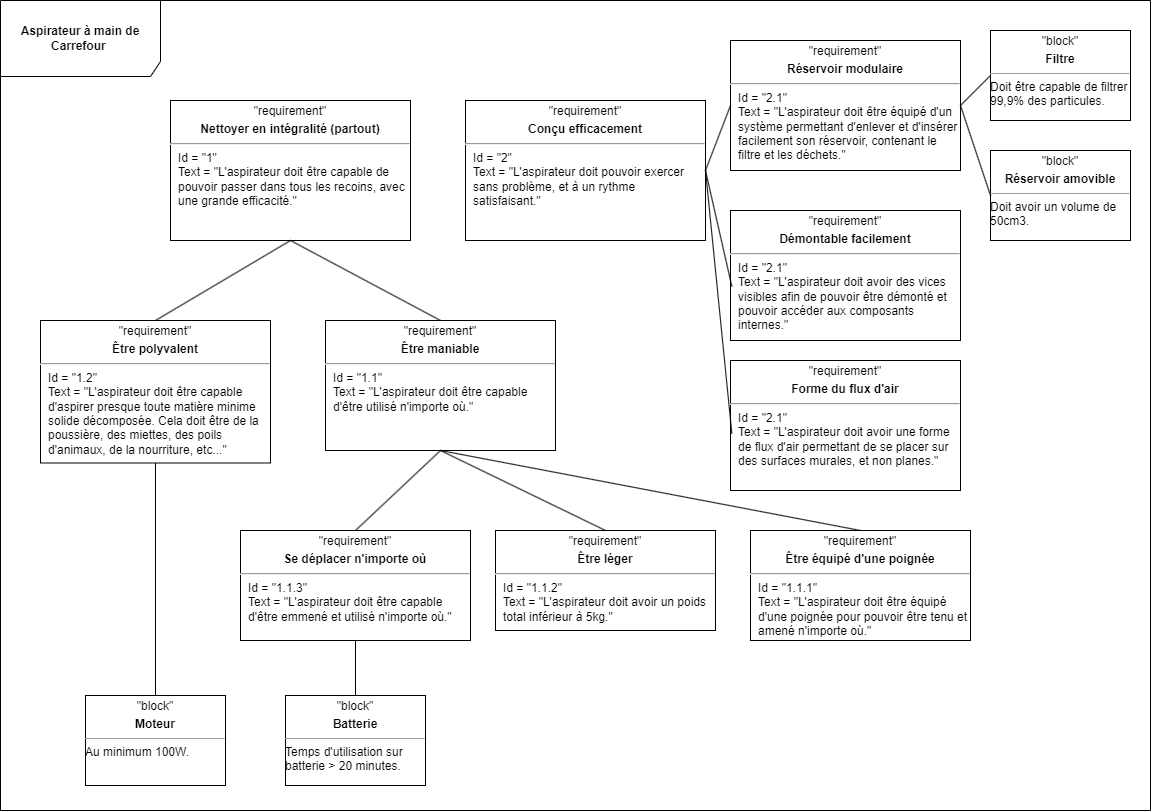
This is Aspirateur_Exigences.drawio.png from vertueux/discord, a draw.io export, as it was before one commit. Source tidied: cells renumbered, new cells last; positions are measured from the earlier drawing's top-left corner, leaving out a move shared by most shapes.
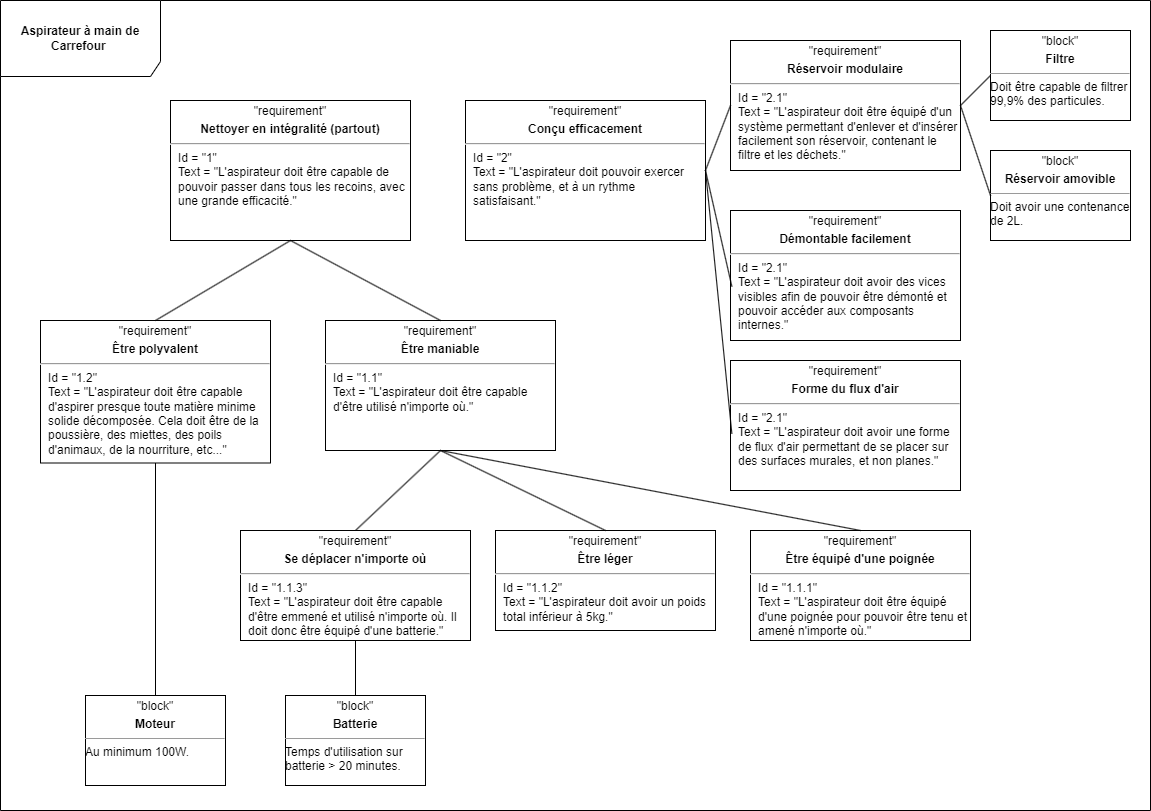
Above is the later version.

Change to the diagram source:
```diff
@@ -29,7 +29,7 @@
     <mxCell id="10" style="endArrow=none;html=1;rounded=0;entryX=0.5;entryY=0;entryDx=0;entryDy=0;exitX=0.5;exitY=1;exitDx=0;exitDy=0;" parent="1" edge="1" source="5" target="8">
       <mxGeometry relative="1" as="geometry" />
     </mxCell>
-    <mxCell id="11" value="&lt;p style=&quot;text-align: center; margin: 4px 0px 0px;&quot;&gt;&quot;requirement&quot;&lt;b&gt;&lt;br&gt;&lt;/b&gt;&lt;/p&gt;&lt;p style=&quot;text-align: center; margin: 4px 0px 0px;&quot;&gt;&lt;b&gt;Se déplacer n'importe où&lt;/b&gt;&lt;br&gt;&lt;/p&gt;&lt;hr&gt;&lt;p style=&quot;margin:0px;margin-left:8px;&quot;&gt;Id = &quot;1.1.3&quot;&lt;/p&gt;&lt;p style=&quot;margin:0px;margin-left:8px;&quot;&gt;Text = &quot;L'aspirateur doit être capable d'être emmené et utilisé n'importe où.&quot;&lt;/p&gt;" style="verticalAlign=top;align=left;overflow=fill;fontSize=12;fontFamily=Helvetica;html=1;whiteSpace=wrap;" parent="1" vertex="1">
+    <mxCell id="11" value="&lt;p style=&quot;text-align: center; margin: 4px 0px 0px;&quot;&gt;&quot;requirement&quot;&lt;b&gt;&lt;br&gt;&lt;/b&gt;&lt;/p&gt;&lt;p style=&quot;text-align: center; margin: 4px 0px 0px;&quot;&gt;&lt;b&gt;Se déplacer n'importe où&lt;/b&gt;&lt;br&gt;&lt;/p&gt;&lt;hr&gt;&lt;p style=&quot;margin:0px;margin-left:8px;&quot;&gt;Id = &quot;1.1.3&quot;&lt;/p&gt;&lt;p style=&quot;margin:0px;margin-left:8px;&quot;&gt;Text = &quot;L'aspirateur doit être capable d'être emmené et utilisé n'importe où. Il doit donc être équipé d'une batterie.&quot;&lt;br&gt;&lt;/p&gt;" style="verticalAlign=top;align=left;overflow=fill;fontSize=12;fontFamily=Helvetica;html=1;whiteSpace=wrap;" parent="1" vertex="1">
       <mxGeometry x="240" y="530" width="230" height="110" as="geometry" />
     </mxCell>
     <mxCell id="12" style="endArrow=none;html=1;rounded=0;entryX=0.5;entryY=0;entryDx=0;entryDy=0;exitX=0.5;exitY=1;exitDx=0;exitDy=0;" parent="1" edge="1" source="5" target="11">
@@ -65,7 +65,7 @@
     <mxCell id="22" style="endArrow=none;html=1;rounded=0;entryX=0;entryY=0.5;entryDx=0;entryDy=0;exitX=1;exitY=0.5;exitDx=0;exitDy=0;" parent="1" edge="1" source="19" target="21">
       <mxGeometry relative="1" as="geometry" />
     </mxCell>
-    <mxCell id="23" value="&lt;p style=&quot;margin:0px;margin-top:4px;text-align:center;&quot;&gt;&quot;block&quot;&lt;/p&gt;&lt;p style=&quot;margin:0px;margin-top:4px;text-align:center;&quot;&gt;&lt;b&gt;Réservoir amovible&lt;/b&gt;&lt;/p&gt;&lt;hr size=&quot;1&quot;&gt;&lt;div style=&quot;height:2px;&quot;&gt;Doit avoir un volume de 50cm3.&lt;/div&gt;" style="verticalAlign=top;align=left;overflow=fill;fontSize=12;fontFamily=Helvetica;html=1;whiteSpace=wrap;" parent="1" vertex="1">
+    <mxCell id="23" value="&lt;p style=&quot;margin:0px;margin-top:4px;text-align:center;&quot;&gt;&quot;block&quot;&lt;/p&gt;&lt;p style=&quot;margin:0px;margin-top:4px;text-align:center;&quot;&gt;&lt;b&gt;Réservoir amovible&lt;/b&gt;&lt;/p&gt;&lt;hr size=&quot;1&quot;&gt;&lt;div style=&quot;height:2px;&quot;&gt;Doit avoir une contenance de 2L.&lt;br&gt;&lt;/div&gt;" style="verticalAlign=top;align=left;overflow=fill;fontSize=12;fontFamily=Helvetica;html=1;whiteSpace=wrap;" parent="1" vertex="1">
       <mxGeometry x="990" y="150" width="140" height="90" as="geometry" />
     </mxCell>
     <mxCell id="24" style="endArrow=none;html=1;rounded=0;entryX=0;entryY=0.5;entryDx=0;entryDy=0;exitX=1;exitY=0.5;exitDx=0;exitDy=0;" parent="1" edge="1" source="19" target="23">
```
